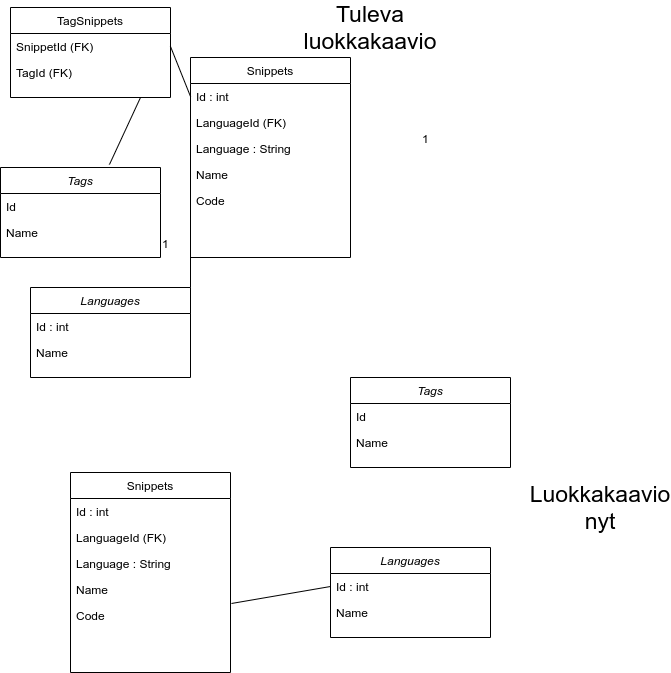
Earlier version of the draw.io export dokumentointi/Classdiagram.png (sanikk/ot-harjoitust). Source tidied: cells renumbered, new cells last; positions are measured from the earlier drawing's top-left corner, leaving out a move shared by most shapes. Source of this version:
```xml
<mxGraphModel>
  <root>
    <mxCell id="0" />
    <mxCell id="1" parent="0" />
    <mxCell id="2" value="1" style="align=left;verticalAlign=bottom;labelBackgroundColor=none;fontSize=12;direction=south;" parent="1" vertex="1">
      <mxGeometry x="410" y="145" as="geometry">
        <mxPoint x="10" y="-5" as="offset" />
      </mxGeometry>
    </mxCell>
    <mxCell id="3" value="1" style="align=left;verticalAlign=bottom;labelBackgroundColor=none;fontSize=12;direction=south;" parent="1" vertex="1">
      <mxGeometry x="150" y="250" as="geometry">
        <mxPoint x="10" y="-5" as="offset" />
      </mxGeometry>
    </mxCell>
    <mxCell id="4" value="TagSnippets" style="swimlane;fontStyle=0;align=center;verticalAlign=top;horizontal=1;startSize=26;rounded=0;shadow=0;strokeWidth=1;" parent="1" vertex="1">
      <mxGeometry x="10" width="160" height="90" as="geometry" />
    </mxCell>
    <mxCell id="5" value="SnippetId (FK)" style="text;align=left;verticalAlign=top;spacingLeft=4;spacingRight=4;overflow=hidden;points=[[0,0.5],[1,0.5]];portConstraint=eastwest;rounded=0;shadow=0;html=0;" parent="4" vertex="1">
      <mxGeometry y="26" width="160" height="26" as="geometry" />
    </mxCell>
    <mxCell id="6" value="TagId (FK)" style="text;align=left;verticalAlign=top;spacingLeft=4;spacingRight=4;overflow=hidden;" parent="4" vertex="1">
      <mxGeometry y="52" width="160" height="26" as="geometry" />
    </mxCell>
    <mxCell id="7" style="endArrow=none;html=1;entryX=0;entryY=0.5;entryDx=0;entryDy=0;exitX=1;exitY=0.5;exitDx=0;exitDy=0;" parent="1" edge="1" source="5" target="18">
      <mxGeometry relative="1" as="geometry" />
    </mxCell>
    <mxCell id="8" style="endArrow=none;html=1;exitX=1;exitY=0.5;exitDx=0;exitDy=0;entryX=0;entryY=0.5;entryDx=0;entryDy=0;" parent="1" edge="1" source="15" target="19">
      <mxGeometry relative="1" as="geometry" />
    </mxCell>
    <mxCell id="9" value="Tags" style="swimlane;fontStyle=2;align=center;verticalAlign=top;horizontal=1;startSize=26;rounded=0;shadow=0;strokeWidth=1;" parent="1" vertex="1">
      <mxGeometry y="160" width="160" height="90" as="geometry" />
    </mxCell>
    <mxCell id="10" value="Id" style="text;align=left;verticalAlign=top;spacingLeft=4;spacingRight=4;overflow=hidden;" parent="9" vertex="1">
      <mxGeometry y="26" width="160" height="26" as="geometry" />
    </mxCell>
    <mxCell id="11" value="Name" style="text;align=left;verticalAlign=top;spacingLeft=4;spacingRight=4;overflow=hidden;rounded=0;shadow=0;html=0;" parent="9" vertex="1">
      <mxGeometry y="52" width="160" height="26" as="geometry" />
    </mxCell>
    <mxCell id="12" style="endArrow=none;html=1;exitX=0.681;exitY=-0.033;exitDx=0;exitDy=0;exitPerimeter=0;" parent="1" edge="1" source="9">
      <mxGeometry relative="1" as="geometry">
        <mxPoint x="140" y="90" as="targetPoint" />
      </mxGeometry>
    </mxCell>
    <mxCell id="13" value="Tuleva luokkakaavio" style="text;html=1;strokeColor=none;fillColor=none;align=center;verticalAlign=middle;whiteSpace=wrap;rounded=0;fontSize=23;" parent="1" vertex="1">
      <mxGeometry x="350" y="10" width="40" height="20" as="geometry" />
    </mxCell>
    <mxCell id="14" value="Languages" style="swimlane;fontStyle=2;align=center;verticalAlign=top;horizontal=1;startSize=26;rounded=0;shadow=0;strokeWidth=1;" parent="1" vertex="1">
      <mxGeometry x="30" y="280" width="160" height="90" as="geometry" />
    </mxCell>
    <mxCell id="15" value="Id : int" style="text;align=left;verticalAlign=top;spacingLeft=4;spacingRight=4;overflow=hidden;points=[[0,0.5],[1,0.5]];portConstraint=eastwest;" parent="14" vertex="1">
      <mxGeometry y="26" width="160" height="26" as="geometry" />
    </mxCell>
    <mxCell id="16" value="Name" style="text;align=left;verticalAlign=top;spacingLeft=4;spacingRight=4;overflow=hidden;rounded=0;shadow=0;html=0;" parent="14" vertex="1">
      <mxGeometry y="52" width="160" height="26" as="geometry" />
    </mxCell>
    <mxCell id="17" value="Snippets" style="swimlane;fontStyle=0;align=center;verticalAlign=top;horizontal=1;startSize=26;rounded=0;shadow=0;strokeWidth=1;" parent="1" vertex="1">
      <mxGeometry x="190" y="50" width="160" height="200" as="geometry" />
    </mxCell>
    <mxCell id="18" value="Id : int" style="text;align=left;verticalAlign=top;spacingLeft=4;spacingRight=4;overflow=hidden;points=[[0,0.5],[1,0.5]];portConstraint=eastwest;" parent="17" vertex="1">
      <mxGeometry y="26" width="160" height="26" as="geometry" />
    </mxCell>
    <mxCell id="19" value="LanguageId (FK)" style="text;align=left;verticalAlign=top;spacingLeft=4;spacingRight=4;overflow=hidden;points=[[0,0.5],[1,0.5]];portConstraint=eastwest;rounded=0;shadow=0;html=0;" parent="17" vertex="1">
      <mxGeometry y="52" width="160" height="26" as="geometry" />
    </mxCell>
    <mxCell id="20" value="Language : String" style="text;align=left;verticalAlign=top;spacingLeft=4;spacingRight=4;overflow=hidden;rounded=0;shadow=0;html=0;" parent="17" vertex="1">
      <mxGeometry y="78" width="160" height="26" as="geometry" />
    </mxCell>
    <mxCell id="21" value="Name" style="text;align=left;verticalAlign=top;spacingLeft=4;spacingRight=4;overflow=hidden;rounded=0;shadow=0;html=0;" parent="17" vertex="1">
      <mxGeometry y="104" width="160" height="26" as="geometry" />
    </mxCell>
    <mxCell id="22" value="Code" style="text;align=left;verticalAlign=top;spacingLeft=4;spacingRight=4;overflow=hidden;rounded=0;shadow=0;html=0;" parent="17" vertex="1">
      <mxGeometry y="130" width="160" height="26" as="geometry" />
    </mxCell>
    <mxCell id="23" value="Snippets" style="swimlane;fontStyle=0;align=center;verticalAlign=top;horizontal=1;startSize=26;rounded=0;shadow=0;strokeWidth=1;" parent="1" vertex="1">
      <mxGeometry x="70" y="465" width="160" height="200" as="geometry" />
    </mxCell>
    <mxCell id="24" value="Id : int" style="text;align=left;verticalAlign=top;spacingLeft=4;spacingRight=4;overflow=hidden;" parent="23" vertex="1">
      <mxGeometry y="26" width="160" height="26" as="geometry" />
    </mxCell>
    <mxCell id="25" value="LanguageId (FK)" style="text;align=left;verticalAlign=top;spacingLeft=4;spacingRight=4;overflow=hidden;rounded=0;shadow=0;html=0;" parent="23" vertex="1">
      <mxGeometry y="52" width="160" height="26" as="geometry" />
    </mxCell>
    <mxCell id="26" value="Language : String" style="text;align=left;verticalAlign=top;spacingLeft=4;spacingRight=4;overflow=hidden;rounded=0;shadow=0;html=0;" parent="23" vertex="1">
      <mxGeometry y="78" width="160" height="26" as="geometry" />
    </mxCell>
    <mxCell id="27" value="Name" style="text;align=left;verticalAlign=top;spacingLeft=4;spacingRight=4;overflow=hidden;rounded=0;shadow=0;html=0;" parent="23" vertex="1">
      <mxGeometry y="104" width="160" height="26" as="geometry" />
    </mxCell>
    <mxCell id="28" value="Code" style="text;align=left;verticalAlign=top;spacingLeft=4;spacingRight=4;overflow=hidden;points=[[0,0.5],[1,0.5]];portConstraint=eastwest;rounded=0;shadow=0;html=0;" parent="23" vertex="1">
      <mxGeometry y="130" width="160" height="26" as="geometry" />
    </mxCell>
    <mxCell id="29" value="Tags" style="swimlane;fontStyle=2;align=center;verticalAlign=top;horizontal=1;startSize=26;rounded=0;shadow=0;strokeWidth=1;" parent="1" vertex="1">
      <mxGeometry x="350" y="370" width="160" height="90" as="geometry" />
    </mxCell>
    <mxCell id="30" value="Id" style="text;align=left;verticalAlign=top;spacingLeft=4;spacingRight=4;overflow=hidden;" parent="29" vertex="1">
      <mxGeometry y="26" width="160" height="26" as="geometry" />
    </mxCell>
    <mxCell id="31" value="Name" style="text;align=left;verticalAlign=top;spacingLeft=4;spacingRight=4;overflow=hidden;rounded=0;shadow=0;html=0;" parent="29" vertex="1">
      <mxGeometry y="52" width="160" height="26" as="geometry" />
    </mxCell>
    <mxCell id="32" value="Languages" style="swimlane;fontStyle=2;align=center;verticalAlign=top;horizontal=1;startSize=26;rounded=0;shadow=0;strokeWidth=1;" parent="1" vertex="1">
      <mxGeometry x="330" y="540" width="160" height="90" as="geometry" />
    </mxCell>
    <mxCell id="33" value="Id : int" style="text;align=left;verticalAlign=top;spacingLeft=4;spacingRight=4;overflow=hidden;points=[[0,0.5],[1,0.5]];portConstraint=eastwest;" parent="32" vertex="1">
      <mxGeometry y="26" width="160" height="26" as="geometry" />
    </mxCell>
    <mxCell id="34" value="Name" style="text;align=left;verticalAlign=top;spacingLeft=4;spacingRight=4;overflow=hidden;rounded=0;shadow=0;html=0;" parent="32" vertex="1">
      <mxGeometry y="52" width="160" height="26" as="geometry" />
    </mxCell>
    <mxCell id="35" style="endArrow=none;html=1;fontSize=23;exitX=1.006;exitY=0.038;exitDx=0;exitDy=0;exitPerimeter=0;entryX=0;entryY=0.5;entryDx=0;entryDy=0;" parent="1" edge="1" source="28" target="33">
      <mxGeometry relative="1" as="geometry" />
    </mxCell>
    <mxCell id="36" value="Luokkakaavio&lt;br&gt;nyt" style="text;html=1;strokeColor=none;fillColor=none;align=center;verticalAlign=middle;whiteSpace=wrap;rounded=0;fontSize=23;" parent="1" vertex="1">
      <mxGeometry x="580" y="490" width="40" height="20" as="geometry" />
    </mxCell>
  </root>
</mxGraphModel>
```
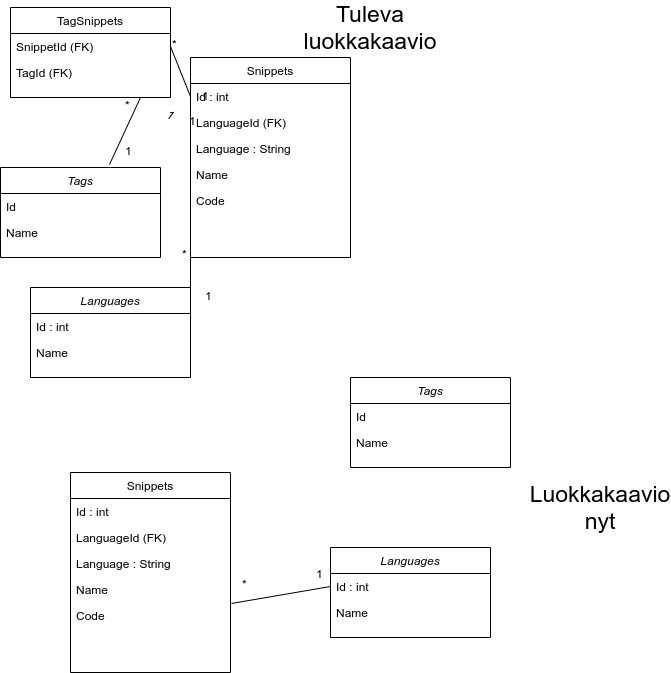
The same file after the commit.

Commit message:
oikea luokkakaavio

The edit, as a diff of the source:
```diff
@@ -3,12 +3,12 @@
     <mxCell id="0" />
     <mxCell id="1" parent="0" />
     <mxCell id="2" value="1" style="align=left;verticalAlign=bottom;labelBackgroundColor=none;fontSize=12;direction=south;" parent="1" vertex="1">
-      <mxGeometry x="410" y="145" as="geometry">
-        <mxPoint x="10" y="-5" as="offset" />
+      <mxGeometry x="100" y="120" as="geometry">
+        <mxPoint x="103" y="177" as="offset" />
       </mxGeometry>
     </mxCell>
     <mxCell id="3" value="1" style="align=left;verticalAlign=bottom;labelBackgroundColor=none;fontSize=12;direction=south;" parent="1" vertex="1">
-      <mxGeometry x="150" y="250" as="geometry">
+      <mxGeometry x="304" y="580" as="geometry">
         <mxPoint x="10" y="-5" as="offset" />
       </mxGeometry>
     </mxCell>
@@ -59,6 +59,11 @@
     <mxCell id="18" value="Id : int" style="text;align=left;verticalAlign=top;spacingLeft=4;spacingRight=4;overflow=hidden;points=[[0,0.5],[1,0.5]];portConstraint=eastwest;" parent="17" vertex="1">
       <mxGeometry y="26" width="160" height="26" as="geometry" />
     </mxCell>
+    <mxCell id="37" value="1" style="align=left;verticalAlign=bottom;labelBackgroundColor=none;fontSize=12;direction=south;" parent="17" vertex="1">
+      <mxGeometry y="52" width="160" as="geometry">
+        <mxPoint x="10" y="-5" as="offset" />
+      </mxGeometry>
+    </mxCell>
     <mxCell id="19" value="LanguageId (FK)" style="text;align=left;verticalAlign=top;spacingLeft=4;spacingRight=4;overflow=hidden;points=[[0,0.5],[1,0.5]];portConstraint=eastwest;rounded=0;shadow=0;html=0;" parent="17" vertex="1">
       <mxGeometry y="52" width="160" height="26" as="geometry" />
     </mxCell>
@@ -113,5 +118,40 @@
     <mxCell id="36" value="Luokkakaavio&lt;br&gt;nyt" style="text;html=1;strokeColor=none;fillColor=none;align=center;verticalAlign=middle;whiteSpace=wrap;rounded=0;fontSize=23;" parent="1" vertex="1">
       <mxGeometry x="580" y="490" width="40" height="20" as="geometry" />
     </mxCell>
+    <mxCell id="38" value="1" style="align=left;verticalAlign=bottom;labelBackgroundColor=none;fontSize=12;direction=east;rotation=36;" parent="1" vertex="1">
+      <mxGeometry x="150" y="110" as="geometry">
+        <mxPoint x="10" y="-5" as="offset" />
+      </mxGeometry>
+    </mxCell>
+    <mxCell id="39" value="1" style="align=left;verticalAlign=bottom;labelBackgroundColor=none;fontSize=12;direction=south;" parent="1" vertex="1">
+      <mxGeometry x="130" y="150" as="geometry">
+        <mxPoint x="57" y="-28" as="offset" />
+      </mxGeometry>
+    </mxCell>
+    <mxCell id="40" value="1" style="align=left;verticalAlign=bottom;labelBackgroundColor=none;fontSize=12;direction=south;" parent="1" vertex="1">
+      <mxGeometry x="140" y="160" as="geometry">
+        <mxPoint x="-17" y="-8" as="offset" />
+      </mxGeometry>
+    </mxCell>
+    <mxCell id="41" value="*" style="align=left;verticalAlign=bottom;labelBackgroundColor=none;fontSize=12;direction=south;" parent="1" vertex="1">
+      <mxGeometry x="230" y="590" as="geometry">
+        <mxPoint x="10" y="-5" as="offset" />
+      </mxGeometry>
+    </mxCell>
+    <mxCell id="42" value="*" style="align=left;verticalAlign=bottom;labelBackgroundColor=none;fontSize=12;direction=south;" parent="1" vertex="1">
+      <mxGeometry x="170" y="260" as="geometry">
+        <mxPoint x="10" y="-5" as="offset" />
+      </mxGeometry>
+    </mxCell>
+    <mxCell id="43" value="*" style="align=left;verticalAlign=bottom;labelBackgroundColor=none;fontSize=12;direction=south;" parent="1" vertex="1">
+      <mxGeometry x="250" y="610" as="geometry">
+        <mxPoint x="-127" y="-504" as="offset" />
+      </mxGeometry>
+    </mxCell>
+    <mxCell id="44" value="*" style="align=left;verticalAlign=bottom;labelBackgroundColor=none;fontSize=12;direction=south;" parent="1" vertex="1">
+      <mxGeometry x="160" y="50" as="geometry">
+        <mxPoint x="10" y="-5" as="offset" />
+      </mxGeometry>
+    </mxCell>
   </root>
 </mxGraphModel>
```
